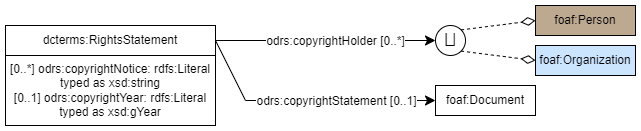
Above: CEH-DCAT-AP/diagrams/dcat-dcterms-rightsstatement-rights.png in NERC-CEH/digital-objects-ontology (draw.io), before the change. Source tidied: cells renumbered, new cells last; positions are measured from the earlier drawing's top-left corner, leaving out a move shared by most shapes.
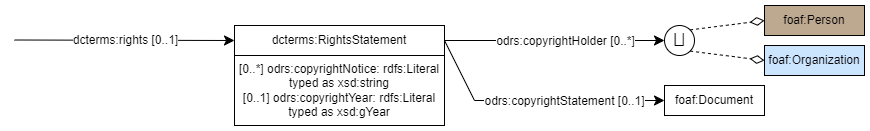
The same file after the commit.

Change to the diagram source:
```diff
@@ -2,10 +2,8 @@
   <root>
     <mxCell id="0" />
     <mxCell id="1" parent="0" />
-    <mxCell id="2" style="endArrow=classic;html=1;exitX=1;exitY=0.5;exitDx=0;exitDy=0;entryX=0;entryY=0.5;entryDx=0;entryDy=0;endSize=8;arcSize=0;rounded=0;" parent="1" edge="1" source="4">
-      <mxGeometry relative="1" as="geometry">
-        <mxPoint x="430" y="35" as="targetPoint" />
-      </mxGeometry>
+    <mxCell id="2" style="endArrow=classic;html=1;exitX=1;exitY=0.5;exitDx=0;exitDy=0;entryX=0;entryY=0.5;entryDx=0;entryDy=0;endSize=8;arcSize=0;rounded=0;" parent="1" edge="1" source="4" target="12">
+      <mxGeometry relative="1" as="geometry" />
     </mxCell>
     <mxCell id="3" value="&lt;font style=&quot;font-size: 12px;&quot;&gt;odrs:copyrightHolder [0..*]&lt;/font&gt;" style="edgeLabel;html=1;align=center;verticalAlign=middle;" parent="2" vertex="1">
       <mxGeometry x="-0.02" y="3" relative="1" as="geometry">
@@ -51,5 +49,15 @@
     <mxCell id="14" style="endArrow=diamondThin;endSize=12;html=1;fontColor=#000099;exitX=1;exitY=1;exitDx=0;exitDy=0;endFill=0;dashed=1;entryX=0;entryY=0.5;entryDx=0;entryDy=0;arcSize=0;rounded=0;" parent="1" edge="1" source="12" target="9">
       <mxGeometry relative="1" as="geometry" />
     </mxCell>
+    <mxCell id="15" style="endArrow=classic;html=1;exitX=1;exitY=0.5;exitDx=0;exitDy=0;entryX=0;entryY=0.5;entryDx=0;entryDy=0;endSize=8;arcSize=0;rounded=0;" parent="1" edge="1" target="4">
+      <mxGeometry relative="1" as="geometry">
+        <mxPoint x="-220" y="34.5" as="sourcePoint" />
+      </mxGeometry>
+    </mxCell>
+    <mxCell id="16" value="&lt;font style=&quot;font-size: 12px;&quot;&gt;dcterms:rights [0..1]&lt;/font&gt;" style="edgeLabel;html=1;align=center;verticalAlign=middle;" parent="15" vertex="1">
+      <mxGeometry x="-0.02" y="3" relative="1" as="geometry">
+        <mxPoint x="2" y="3" as="offset" />
+      </mxGeometry>
+    </mxCell>
   </root>
 </mxGraphModel>
```
